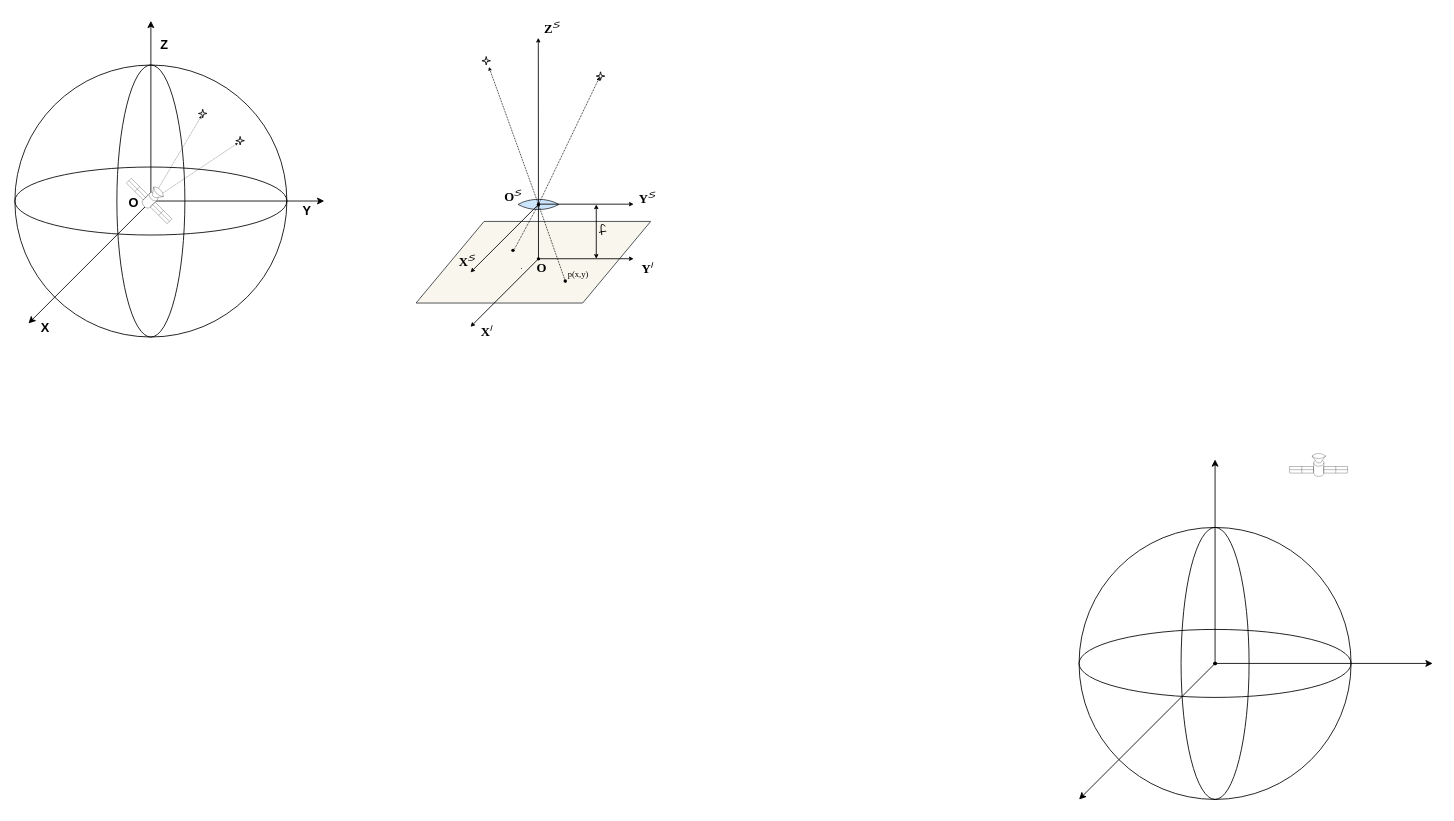
This is 参考系.drawio from Isaiah-wood/draw.io, a draw.io file, before an edit. Source tidied: cells renumbered, new cells numbered last; positions are measured from the earlier drawing's top-left corner, leaving out a move shared by most shapes. Both pictures are drawn from the tidied source at 85%, with x=0, y=0 at pixel (14, 20).
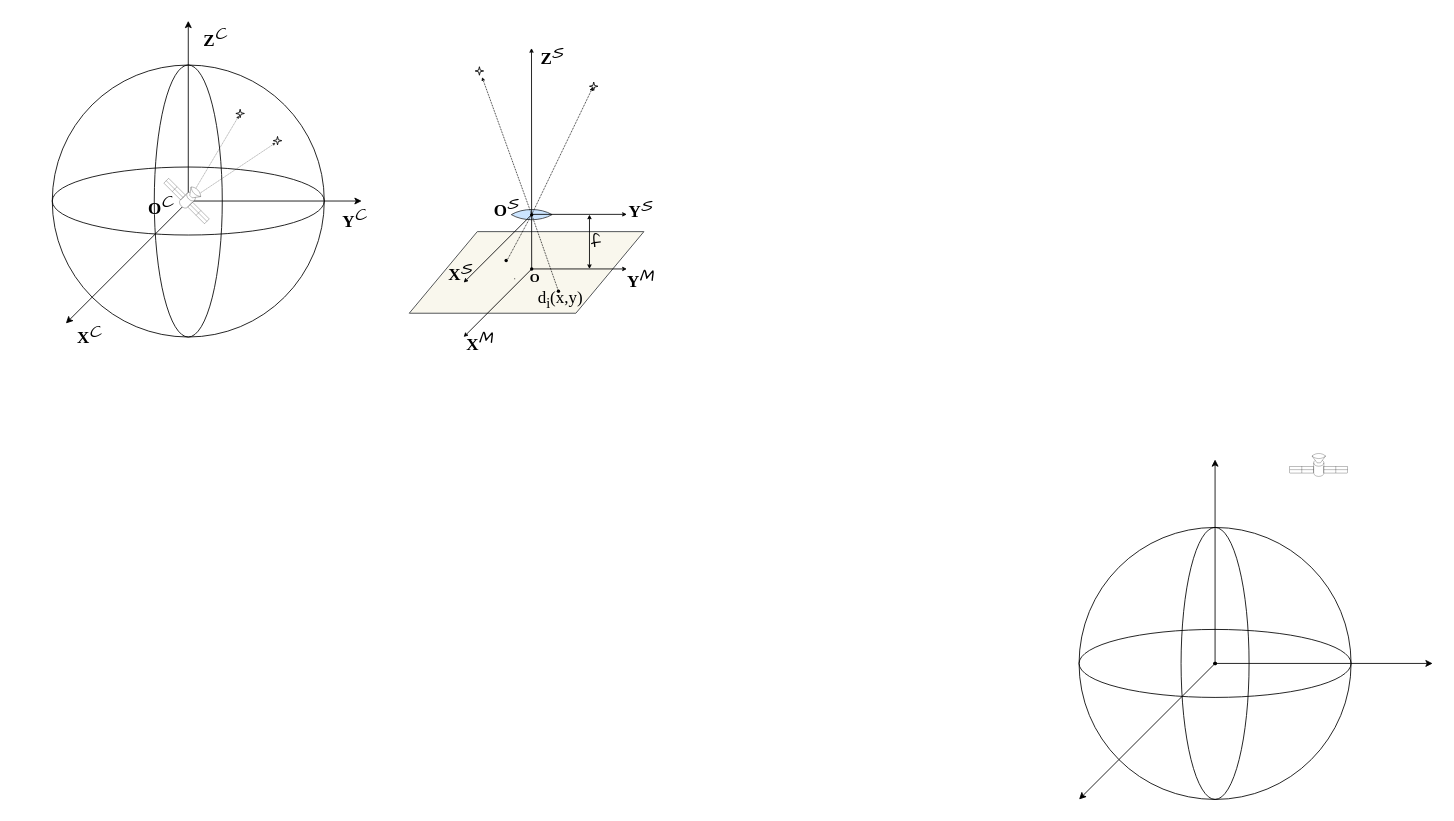
The same page after the edit.

Commit message:
更新参考系.drawio

What changed in the source:
```diff
@@
+    <mxCell id="55" style="ellipse;whiteSpace=wrap;html=1;shadow=0;direction=west;fillStyle=auto;fillColor=none;" parent="1" vertex="1">
+      <mxGeometry x="44" y="172" width="320" height="80" as="geometry" />
+    </mxCell>
+    <mxCell id="57" style="ellipse;whiteSpace=wrap;html=1;fillColor=none;" parent="1" vertex="1">
+      <mxGeometry x="44" y="52" width="320" height="320" as="geometry" />
+    </mxCell>
+    <mxCell id="76" value="&lt;font face=&quot;Times New Roman&quot; style=&quot;font-size: 20px;&quot;&gt;O&lt;/font&gt;&lt;sup style=&quot;font-size: 20px;&quot;&gt;&lt;i style=&quot;font-weight: normal; font-size: 20px;&quot;&gt;&lt;font face=&quot;Comic Sans MS&quot; style=&quot;font-size: 20px;&quot;&gt;C&lt;/font&gt;&lt;/i&gt;&lt;/sup&gt;" style="text;strokeColor=none;align=center;fillColor=none;html=1;verticalAlign=middle;whiteSpace=wrap;rounded=0;fontStyle=1;fontSize=20;" parent="1" vertex="1">
+      <mxGeometry x="164" y="208" width="16" height="16" as="geometry" />
+    </mxCell>
     <mxCell id="2" style="shape=parallelogram;perimeter=parallelogramPerimeter;whiteSpace=wrap;html=1;fixedSize=1;size=80;fillColor=#f9f7ed;strokeColor=#36393d;" parent="1" vertex="1">
-      <mxGeometry x="472" y="236" width="276" height="96" as="geometry" />
+      <mxGeometry x="464" y="248" width="276" height="96" as="geometry" />
     </mxCell>
     <mxCell id="3" style="whiteSpace=wrap;html=1;shape=mxgraph.basic.pointed_oval;direction=south;fillColor=#cce5ff;strokeColor=#36393d;" parent="1" vertex="1">
-      <mxGeometry x="592" y="208" width="48" height="16" as="geometry" />
+      <mxGeometry x="584" y="220" width="48" height="16" as="geometry" />
     </mxCell>
     <mxCell id="4" style="endArrow=classic;html=1;rounded=0;endSize=3;" parent="1" edge="1">
       <mxGeometry relative="1" as="geometry">
-        <mxPoint x="616" y="280" as="sourcePoint" />
-        <mxPoint x="615.8" y="20" as="targetPoint" />
+        <mxPoint x="608" y="292" as="sourcePoint" />
+        <mxPoint x="607.8" y="32" as="targetPoint" />
       </mxGeometry>
     </mxCell>
     <mxCell id="5" style="endArrow=classic;html=1;rounded=0;endSize=3;" parent="1" edge="1">
       <mxGeometry relative="1" as="geometry">
-        <mxPoint x="616" y="215.7" as="sourcePoint" />
-        <mxPoint x="728" y="215.7" as="targetPoint" />
+        <mxPoint x="608" y="227.7" as="sourcePoint" />
+        <mxPoint x="720" y="227.7" as="targetPoint" />
       </mxGeometry>
     </mxCell>
     <mxCell id="6" style="endArrow=classic;html=1;rounded=0;endSize=3;" parent="1" edge="1" source="31">
       <mxGeometry relative="1" as="geometry">
-        <mxPoint x="536" y="296" as="targetPoint" />
+        <mxPoint x="528" y="308" as="targetPoint" />
       </mxGeometry>
     </mxCell>
     <mxCell id="7" style="verticalLabelPosition=bottom;verticalAlign=top;html=1;shape=mxgraph.basic.4_point_star_2;dx=0.8;" parent="1" vertex="1">
-      <mxGeometry x="549.5" y="42" width="10" height="10" as="geometry" />
+      <mxGeometry x="541.5" y="54" width="10" height="10" as="geometry" />
     </mxCell>
     <mxCell id="8" style="verticalLabelPosition=bottom;verticalAlign=top;html=1;shape=mxgraph.basic.4_point_star_2;dx=0.8;" parent="1" vertex="1">
-      <mxGeometry x="684" y="60" width="10" height="10" as="geometry" />
+      <mxGeometry x="676" y="72" width="10" height="10" as="geometry" />
     </mxCell>
     <mxCell id="9" style="endArrow=classic;html=1;rounded=0;endSize=3;" parent="1" edge="1">
       <mxGeometry relative="1" as="geometry">
-        <mxPoint x="616" y="279.9" as="sourcePoint" />
-        <mxPoint x="728" y="279.9" as="targetPoint" />
+        <mxPoint x="608" y="291.9" as="sourcePoint" />
+        <mxPoint x="720" y="291.9" as="targetPoint" />
       </mxGeometry>
     </mxCell>
     <mxCell id="10" style="endArrow=classic;html=1;rounded=0;endSize=3;" parent="1" edge="1">
       <mxGeometry relative="1" as="geometry">
-        <mxPoint x="616" y="280" as="sourcePoint" />
-        <mxPoint x="536" y="360" as="targetPoint" />
+        <mxPoint x="608" y="292" as="sourcePoint" />
+        <mxPoint x="528" y="372" as="targetPoint" />
       </mxGeometry>
     </mxCell>
@@
     <mxCell id="31" style="shape=waypoint;sketch=0;fillStyle=solid;size=6;points=[];fillColor=none;perimeter=centerPerimeter;snapToPoint=1;strokeWidth=0;" parent="1" vertex="1">
-      <mxGeometry x="606" y="206" width="20" height="20" as="geometry" />
+      <mxGeometry x="598" y="218" width="20" height="20" as="geometry" />
     </mxCell>
     <mxCell id="32" style="shape=waypoint;sketch=0;fillStyle=solid;size=6;fillColor=none;perimeter=centerPerimeter;strokeWidth=0;" parent="1" vertex="1">
-      <mxGeometry x="606" y="270" width="20" height="20" as="geometry" />
+      <mxGeometry x="598" y="282" width="20" height="20" as="geometry" />
     </mxCell>
@@
     <mxCell id="34" style="endArrow=classic;html=1;rounded=0;entryX=0.4;entryY=0.6;entryDx=0;entryDy=0;entryPerimeter=0;dashed=1;dashPattern=1 1;endSize=2;" parent="1" edge="1" target="8">
       <mxGeometry relative="1" as="geometry">
-        <mxPoint x="616" y="216" as="sourcePoint" />
+        <mxPoint x="608" y="228" as="sourcePoint" />
       </mxGeometry>
     </mxCell>
     <mxCell id="35" style="endArrow=none;html=1;rounded=0;dashed=1;dashPattern=1 1;" parent="1" edge="1" target="31">
       <mxGeometry relative="1" as="geometry">
-        <mxPoint x="588" y="268" as="sourcePoint" />
+        <mxPoint x="580" y="280" as="sourcePoint" />
       </mxGeometry>
     </mxCell>
     <mxCell id="36" style="shape=waypoint;sketch=0;fillStyle=solid;size=6;fillColor=none;perimeter=centerPerimeter;strokeWidth=0;" parent="1" vertex="1">
-      <mxGeometry x="576" y="260" width="20" height="20" as="geometry" />
+      <mxGeometry x="568" y="272" width="20" height="20" as="geometry" />
     </mxCell>
     <mxCell id="37" style="endArrow=none;html=1;rounded=0;dashed=1;dashPattern=1 1;" parent="1" edge="1">
       <mxGeometry relative="1" as="geometry">
-        <mxPoint x="596" y="292" as="sourcePoint" />
-        <mxPoint x="596" y="290" as="targetPoint" />
+        <mxPoint x="588" y="304" as="sourcePoint" />
+        <mxPoint x="588" y="302" as="targetPoint" />
       </mxGeometry>
     </mxCell>
     <mxCell id="38" style="endArrow=none;html=1;rounded=0;dashed=1;dashPattern=1 1;" parent="1" edge="1" target="39">
       <mxGeometry relative="1" as="geometry">
-        <mxPoint x="648" y="308" as="sourcePoint" />
+        <mxPoint x="640" y="320" as="sourcePoint" />
       </mxGeometry>
     </mxCell>
     <mxCell id="39" style="shape=waypoint;sketch=0;fillStyle=solid;size=6;points=[];fillColor=none;perimeter=centerPerimeter;snapToPoint=1;strokeWidth=0;" parent="1" vertex="1">
-      <mxGeometry x="637.5" y="296" width="20" height="20" as="geometry" />
+      <mxGeometry x="629.5" y="308" width="20" height="20" as="geometry" />
     </mxCell>
-    <mxCell id="40" value="&lt;font face=&quot;Times New Roman&quot;&gt;X&lt;/font&gt;&lt;sup&gt;&lt;i style=&quot;font-weight: normal;&quot;&gt;&lt;font face=&quot;Comic Sans MS&quot;&gt;S&lt;/font&gt;&lt;/i&gt;&lt;/sup&gt;" style="text;strokeColor=none;align=center;fillColor=none;html=1;verticalAlign=middle;whiteSpace=wrap;rounded=0;fontStyle=1;fontSize=15;" parent="1" vertex="1">
-      <mxGeometry x="524" y="274" width="16" height="16" as="geometry" />
+    <mxCell id="40" value="&lt;font face=&quot;Times New Roman&quot; style=&quot;font-size: 20px;&quot;&gt;X&lt;/font&gt;&lt;sup style=&quot;font-size: 20px;&quot;&gt;&lt;i style=&quot;font-weight: normal; font-size: 20px;&quot;&gt;&lt;font face=&quot;Comic Sans MS&quot; style=&quot;font-size: 20px;&quot;&gt;S&lt;/font&gt;&lt;/i&gt;&lt;/sup&gt;" style="text;strokeColor=none;align=center;fillColor=none;html=1;verticalAlign=middle;whiteSpace=wrap;rounded=0;fontStyle=1;fontSize=20;" parent="1" vertex="1">
+      <mxGeometry x="516" y="286" width="16" height="16" as="geometry" />
     </mxCell>
     <mxCell id="41" value="O" style="text;strokeColor=none;align=center;fillColor=none;html=1;verticalAlign=middle;whiteSpace=wrap;rounded=0;fontStyle=1;fontSize=15;fontFamily=Times New Roman;" parent="1" vertex="1">
-      <mxGeometry x="612" y="282" width="16" height="16" as="geometry" />
+      <mxGeometry x="604" y="294" width="16" height="16" as="geometry" />
     </mxCell>
-    <mxCell id="42" value="&lt;font face=&quot;Times New Roman&quot;&gt;Z&lt;/font&gt;&lt;sup&gt;&lt;i style=&quot;font-weight: normal;&quot;&gt;&lt;font face=&quot;Comic Sans MS&quot;&gt;S&lt;/font&gt;&lt;/i&gt;&lt;/sup&gt;" style="text;strokeColor=none;align=center;fillColor=none;html=1;verticalAlign=middle;whiteSpace=wrap;rounded=0;fontStyle=1;fontSize=15;" parent="1" vertex="1">
-      <mxGeometry x="624" width="16" height="16" as="geometry" />
+    <mxCell id="42" value="&lt;font face=&quot;Times New Roman&quot; style=&quot;font-size: 20px;&quot;&gt;Z&lt;/font&gt;&lt;sup style=&quot;font-size: 20px;&quot;&gt;&lt;i style=&quot;font-weight: normal; font-size: 20px;&quot;&gt;&lt;font face=&quot;Comic Sans MS&quot; style=&quot;font-size: 20px;&quot;&gt;S&lt;/font&gt;&lt;/i&gt;&lt;/sup&gt;" style="text;strokeColor=none;align=center;fillColor=none;html=1;verticalAlign=middle;whiteSpace=wrap;rounded=0;fontStyle=1;fontSize=20;" parent="1" vertex="1">
+      <mxGeometry x="624" y="32" width="16" height="16" as="geometry" />
     </mxCell>
-    <mxCell id="43" value="&lt;font face=&quot;Times New Roman&quot;&gt;Y&lt;/font&gt;&lt;sup&gt;&lt;i style=&quot;font-weight: normal;&quot;&gt;&lt;font face=&quot;Comic Sans MS&quot;&gt;S&lt;/font&gt;&lt;/i&gt;&lt;/sup&gt;" style="text;strokeColor=none;align=center;fillColor=none;html=1;verticalAlign=middle;whiteSpace=wrap;rounded=0;fontStyle=1;fontSize=15;" parent="1" vertex="1">
-      <mxGeometry x="736" y="200" width="16" height="16" as="geometry" />
+    <mxCell id="43" value="&lt;font face=&quot;Times New Roman&quot; style=&quot;font-size: 20px;&quot;&gt;Y&lt;/font&gt;&lt;sup style=&quot;font-size: 20px;&quot;&gt;&lt;i style=&quot;font-weight: normal; font-size: 20px;&quot;&gt;&lt;font face=&quot;Comic Sans MS&quot; style=&quot;font-size: 20px;&quot;&gt;S&lt;/font&gt;&lt;/i&gt;&lt;/sup&gt;" style="text;strokeColor=none;align=center;fillColor=none;html=1;verticalAlign=middle;whiteSpace=wrap;rounded=0;fontStyle=1;fontSize=20;" parent="1" vertex="1">
+      <mxGeometry x="728" y="212" width="16" height="16" as="geometry" />
     </mxCell>
-    <mxCell id="44" value="&lt;font face=&quot;Times New Roman&quot;&gt;X&lt;/font&gt;&lt;sup&gt;&lt;i style=&quot;font-weight: normal;&quot;&gt;&lt;font face=&quot;Comic Sans MS&quot;&gt;I&lt;/font&gt;&lt;/i&gt;&lt;/sup&gt;" style="text;strokeColor=none;align=center;fillColor=none;html=1;verticalAlign=middle;whiteSpace=wrap;rounded=0;fontStyle=1;fontSize=15;" parent="1" vertex="1">
-      <mxGeometry x="546.5" y="356" width="16" height="16" as="geometry" />
+    <mxCell id="44" value="&lt;font face=&quot;Times New Roman&quot; style=&quot;font-size: 20px;&quot;&gt;X&lt;/font&gt;&lt;sup style=&quot;font-size: 20px;&quot;&gt;&lt;i style=&quot;font-weight: normal; font-size: 20px;&quot;&gt;&lt;font face=&quot;Comic Sans MS&quot; style=&quot;font-size: 20px;&quot;&gt;M&lt;/font&gt;&lt;/i&gt;&lt;/sup&gt;" style="text;strokeColor=none;align=center;fillColor=none;html=1;verticalAlign=middle;whiteSpace=wrap;rounded=0;fontStyle=1;fontSize=20;" parent="1" vertex="1">
+      <mxGeometry x="538.5" y="368" width="16" height="16" as="geometry" />
     </mxCell>
-    <mxCell id="45" value="&lt;font face=&quot;Times New Roman&quot;&gt;O&lt;/font&gt;&lt;sup&gt;&lt;i style=&quot;font-weight: normal;&quot;&gt;&lt;font face=&quot;Comic Sans MS&quot;&gt;S&lt;/font&gt;&lt;/i&gt;&lt;/sup&gt;" style="text;strokeColor=none;align=center;fillColor=none;html=1;verticalAlign=middle;whiteSpace=wrap;rounded=0;fontStyle=1;fontSize=15;" parent="1" vertex="1">
-      <mxGeometry x="578" y="198" width="16" height="16" as="geometry" />
+    <mxCell id="45" value="&lt;font face=&quot;Times New Roman&quot; style=&quot;font-size: 20px;&quot;&gt;O&lt;/font&gt;&lt;sup style=&quot;font-size: 20px;&quot;&gt;&lt;i style=&quot;font-weight: normal; font-size: 20px;&quot;&gt;&lt;font face=&quot;Comic Sans MS&quot; style=&quot;font-size: 20px;&quot;&gt;S&lt;/font&gt;&lt;/i&gt;&lt;/sup&gt;" style="text;strokeColor=none;align=center;fillColor=none;html=1;verticalAlign=middle;whiteSpace=wrap;rounded=0;fontStyle=1;fontSize=20;" parent="1" vertex="1">
+      <mxGeometry x="570" y="210" width="16" height="16" as="geometry" />
     </mxCell>
-    <mxCell id="46" value="&lt;font face=&quot;Times New Roman&quot;&gt;Y&lt;/font&gt;&lt;sup&gt;&lt;i style=&quot;font-weight: normal;&quot;&gt;&lt;font face=&quot;Comic Sans MS&quot;&gt;I&lt;/font&gt;&lt;/i&gt;&lt;/sup&gt;" style="text;strokeColor=none;align=center;fillColor=none;html=1;verticalAlign=middle;whiteSpace=wrap;rounded=0;fontStyle=1;fontSize=15;" parent="1" vertex="1">
-      <mxGeometry x="736" y="282" width="16" height="16" as="geometry" />
+    <mxCell id="46" value="&lt;font face=&quot;Times New Roman&quot; style=&quot;font-size: 20px;&quot;&gt;Y&lt;/font&gt;&lt;sup style=&quot;font-size: 20px;&quot;&gt;&lt;i style=&quot;font-weight: normal; font-size: 20px;&quot;&gt;&lt;font face=&quot;Comic Sans MS&quot; style=&quot;font-size: 20px;&quot;&gt;M&lt;/font&gt;&lt;/i&gt;&lt;/sup&gt;" style="text;strokeColor=none;align=center;fillColor=none;html=1;verticalAlign=middle;whiteSpace=wrap;rounded=0;fontStyle=1;fontSize=20;" parent="1" vertex="1">
+      <mxGeometry x="728" y="294" width="16" height="16" as="geometry" />
     </mxCell>
     <mxCell id="47" style="endArrow=classic;startArrow=classic;html=1;rounded=0;startSize=3;endSize=3;" parent="1" edge="1">
       <mxGeometry relative="1" as="geometry">
-        <mxPoint x="684" y="280" as="sourcePoint" />
-        <mxPoint x="684" y="216" as="targetPoint" />
+        <mxPoint x="676" y="292" as="sourcePoint" />
+        <mxPoint x="676" y="228" as="targetPoint" />
       </mxGeometry>
     </mxCell>
-    <mxCell id="48" value="&lt;pre&gt;&lt;font face=&quot;Comic Sans MS&quot;&gt;f&lt;/font&gt;&lt;/pre&gt;" style="text;strokeColor=none;align=center;fillColor=none;html=1;verticalAlign=middle;whiteSpace=wrap;rounded=0;fontStyle=0;fontSize=15;" parent="1" vertex="1">
-      <mxGeometry x="684" y="240" width="16" height="16" as="geometry" />
+    <mxCell id="48" value="&lt;pre style=&quot;font-size: 20px;&quot;&gt;&lt;font face=&quot;Comic Sans MS&quot; style=&quot;font-size: 20px;&quot;&gt;f&lt;/font&gt;&lt;/pre&gt;" style="text;strokeColor=none;align=center;fillColor=none;html=1;verticalAlign=middle;whiteSpace=wrap;rounded=0;fontStyle=0;fontSize=20;" parent="1" vertex="1">
+      <mxGeometry x="676" y="252" width="16" height="16" as="geometry" />
     </mxCell>
-    <mxCell id="49" value="&lt;pre&gt;&lt;font style=&quot;font-size: 10px;&quot; face=&quot;Times New Roman&quot;&gt;p(x,y)&lt;/font&gt;&lt;/pre&gt;" style="text;strokeColor=none;align=center;fillColor=none;html=1;verticalAlign=middle;whiteSpace=wrap;rounded=0;fontStyle=0;fontSize=15;" parent="1" vertex="1">
-      <mxGeometry x="654.5" y="290" width="16" height="16" as="geometry" />
+    <mxCell id="49" value="&lt;pre style=&quot;font-size: 20px;&quot;&gt;&lt;font face=&quot;Times New Roman&quot; style=&quot;font-size: 20px;&quot;&gt;d&lt;sub&gt;i&lt;/sub&gt;(x,y)&lt;/font&gt;&lt;/pre&gt;" style="text;strokeColor=none;align=center;fillColor=none;html=1;verticalAlign=middle;whiteSpace=wrap;rounded=0;fontStyle=0;fontSize=20;" parent="1" vertex="1">
+      <mxGeometry x="633.5" y="320" width="16" height="16" as="geometry" />
     </mxCell>
     <mxCell id="50" style="ellipse;whiteSpace=wrap;html=1;shadow=0;direction=south;fillStyle=auto;fillColor=none;" parent="1" vertex="1">
-      <mxGeometry x="120" y="52" width="80" height="320" as="geometry" />
+      <mxGeometry x="164" y="52" width="80" height="320" as="geometry" />
     </mxCell>
     <mxCell id="51" style="endArrow=classic;html=1;rounded=0;" parent="1" edge="1">
       <mxGeometry relative="1" as="geometry">
-        <mxPoint x="160" y="212" as="sourcePoint" />
-        <mxPoint x="160" as="targetPoint" />
+        <mxPoint x="204" y="212" as="sourcePoint" />
+        <mxPoint x="204" as="targetPoint" />
       </mxGeometry>
     </mxCell>
     <mxCell id="52" style="endArrow=classic;html=1;rounded=0;" parent="1" edge="1">
       <mxGeometry relative="1" as="geometry">
-        <mxPoint x="160" y="212" as="sourcePoint" />
-        <mxPoint x="364" y="212" as="targetPoint" />
+        <mxPoint x="204" y="212" as="sourcePoint" />
+        <mxPoint x="408" y="212" as="targetPoint" />
       </mxGeometry>
     </mxCell>
     <mxCell id="53" style="endArrow=classic;html=1;rounded=0;" parent="1" edge="1">
       <mxGeometry relative="1" as="geometry">
-        <mxPoint x="160" y="212" as="sourcePoint" />
-        <mxPoint x="16" y="356" as="targetPoint" />
+        <mxPoint x="204" y="212" as="sourcePoint" />
+        <mxPoint x="60" y="356" as="targetPoint" />
       </mxGeometry>
     </mxCell>
     <mxCell id="54" style="shape=waypoint;sketch=0;fillStyle=solid;size=6;fillColor=none;perimeter=centerPerimeter;strokeWidth=0;" parent="1" vertex="1">
-      <mxGeometry x="150" y="202" width="20" height="20" as="geometry" />
+      <mxGeometry x="194" y="202" width="20" height="20" as="geometry" />
     </mxCell>
-    <mxCell id="55" style="ellipse;whiteSpace=wrap;html=1;shadow=0;direction=west;fillStyle=auto;fillColor=none;" parent="1" vertex="1">
-      <mxGeometry y="172" width="320" height="80" as="geometry" />
-    </mxCell>
     <mxCell id="56" style="shape=waypoint;sketch=0;fillStyle=solid;size=6;fillColor=none;perimeter=centerPerimeter;strokeWidth=0;" parent="1" vertex="1">
-      <mxGeometry x="150" y="202" width="20" height="20" as="geometry" />
+      <mxGeometry x="194" y="202" width="20" height="20" as="geometry" />
     </mxCell>
-    <mxCell id="57" style="ellipse;whiteSpace=wrap;html=1;fillColor=none;" parent="1" vertex="1">
-      <mxGeometry y="52" width="320" height="320" as="geometry" />
-    </mxCell>
     <mxCell id="58" style="shape=waypoint;sketch=0;fillStyle=solid;size=6;points=[];fillColor=none;perimeter=centerPerimeter;snapToPoint=1;strokeWidth=0;" parent="1" vertex="1">
-      <mxGeometry x="150" y="202" width="20" height="20" as="geometry" />
+      <mxGeometry x="194" y="202" width="20" height="20" as="geometry" />
     </mxCell>
     <mxCell id="59" style="verticalLabelPosition=bottom;verticalAlign=top;html=1;shape=mxgraph.basic.4_point_star_2;dx=0.8;" parent="1" vertex="1">
-      <mxGeometry x="216" y="104" width="10" height="10" as="geometry" />
+      <mxGeometry x="260" y="104" width="10" height="10" as="geometry" />
     </mxCell>
     <mxCell id="60" style="verticalLabelPosition=bottom;verticalAlign=top;html=1;shape=mxgraph.basic.4_point_star_2;dx=0.8;" parent="1" vertex="1">
-      <mxGeometry x="260" y="136" width="10" height="10" as="geometry" />
+      <mxGeometry x="304" y="136" width="10" height="10" as="geometry" />
     </mxCell>
@@
     <mxCell id="63" style="group;rotation=45;" parent="1" vertex="1">
-      <mxGeometry x="128" y="194" width="68" height="28" as="geometry" />
+      <mxGeometry x="172" y="194" width="68" height="28" as="geometry" />
     </mxCell>
@@
-    <mxCell id="73" value="X" style="text;strokeColor=none;align=center;fillColor=none;html=1;verticalAlign=middle;whiteSpace=wrap;rounded=0;fontStyle=1;fontSize=15;" parent="1" vertex="1">
-      <mxGeometry x="28" y="352" width="16" height="16" as="geometry" />
+    <mxCell id="73" value="&lt;font face=&quot;Times New Roman&quot; style=&quot;font-size: 20px;&quot;&gt;X&lt;/font&gt;&lt;sup style=&quot;font-size: 20px;&quot;&gt;&lt;font face=&quot;Comic Sans MS&quot; style=&quot;font-weight: normal; font-size: 20px;&quot;&gt;&lt;i style=&quot;font-size: 20px;&quot;&gt;C&lt;/i&gt;&lt;/font&gt;&lt;/sup&gt;" style="text;strokeColor=none;align=center;fillColor=none;html=1;verticalAlign=middle;whiteSpace=wrap;rounded=0;fontStyle=1;fontSize=20;" parent="1" vertex="1">
+      <mxGeometry x="80" y="360" width="16" height="16" as="geometry" />
     </mxCell>
-    <mxCell id="74" value="Y" style="text;strokeColor=none;align=center;fillColor=none;html=1;verticalAlign=middle;whiteSpace=wrap;rounded=0;fontStyle=1;fontSize=15;" parent="1" vertex="1">
-      <mxGeometry x="336" y="215" width="16" height="16" as="geometry" />
+    <mxCell id="74" value="&lt;font face=&quot;Times New Roman&quot; style=&quot;font-size: 20px;&quot;&gt;Y&lt;/font&gt;&lt;span style=&quot;font-family: &amp;quot;Comic Sans MS&amp;quot;; font-size: 20px; font-weight: normal;&quot;&gt;&lt;sup style=&quot;font-size: 20px;&quot;&gt;&lt;i style=&quot;font-size: 20px;&quot;&gt;C&lt;/i&gt;&lt;/sup&gt;&lt;/span&gt;" style="text;strokeColor=none;align=center;fillColor=none;html=1;verticalAlign=middle;whiteSpace=wrap;rounded=0;fontStyle=1;fontSize=20;" parent="1" vertex="1">
+      <mxGeometry x="392" y="224" width="16" height="16" as="geometry" />
     </mxCell>
-    <mxCell id="75" value="Z" style="text;strokeColor=none;align=center;fillColor=none;html=1;verticalAlign=middle;whiteSpace=wrap;rounded=0;fontStyle=1;fontSize=15;" parent="1" vertex="1">
-      <mxGeometry x="168" y="20" width="16" height="16" as="geometry" />
+    <mxCell id="75" value="&lt;font face=&quot;Times New Roman&quot; style=&quot;font-size: 20px;&quot;&gt;Z&lt;/font&gt;&lt;span style=&quot;font-family: &amp;quot;Comic Sans MS&amp;quot;; font-size: 20px; font-weight: normal;&quot;&gt;&lt;sup style=&quot;font-size: 20px;&quot;&gt;&lt;i style=&quot;font-size: 20px;&quot;&gt;C&lt;/i&gt;&lt;/sup&gt;&lt;/span&gt;" style="text;strokeColor=none;align=center;fillColor=none;html=1;verticalAlign=middle;whiteSpace=wrap;rounded=0;fontStyle=1;fontSize=20;" parent="1" vertex="1">
+      <mxGeometry x="228" y="12" width="16" height="16" as="geometry" />
     </mxCell>
-    <mxCell id="76" value="O" style="text;strokeColor=none;align=center;fillColor=none;html=1;verticalAlign=middle;whiteSpace=wrap;rounded=0;fontStyle=1;fontSize=15;" parent="1" vertex="1">
-      <mxGeometry x="132" y="206" width="16" height="16" as="geometry" />
-    </mxCell>
```
